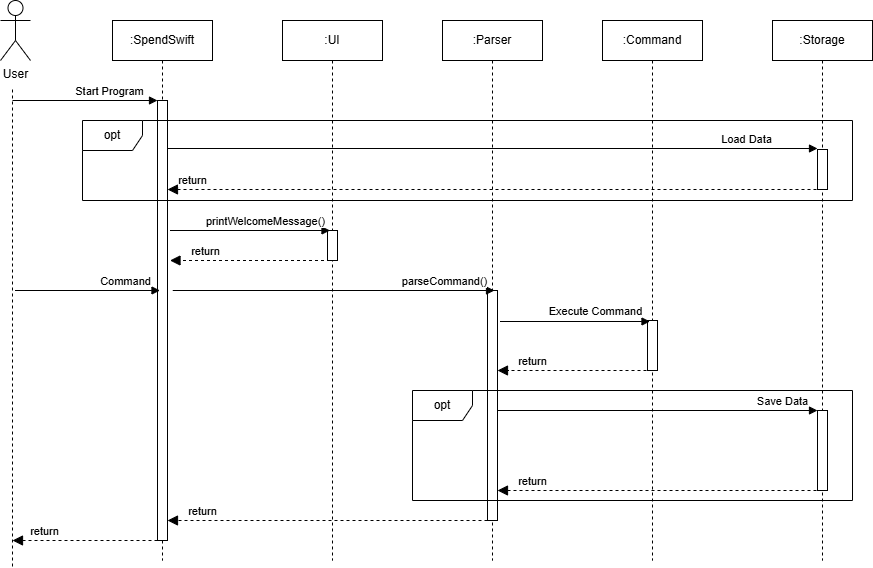
Above: docs/developerguidepictures/Overall Sequence Diagram.drawio.png in nus-cs2113-AY2425S1/tp (draw.io), before the change. Source tidied: cells renumbered, new cells last; positions are measured from the earlier drawing's top-left corner, leaving out a move shared by most shapes.
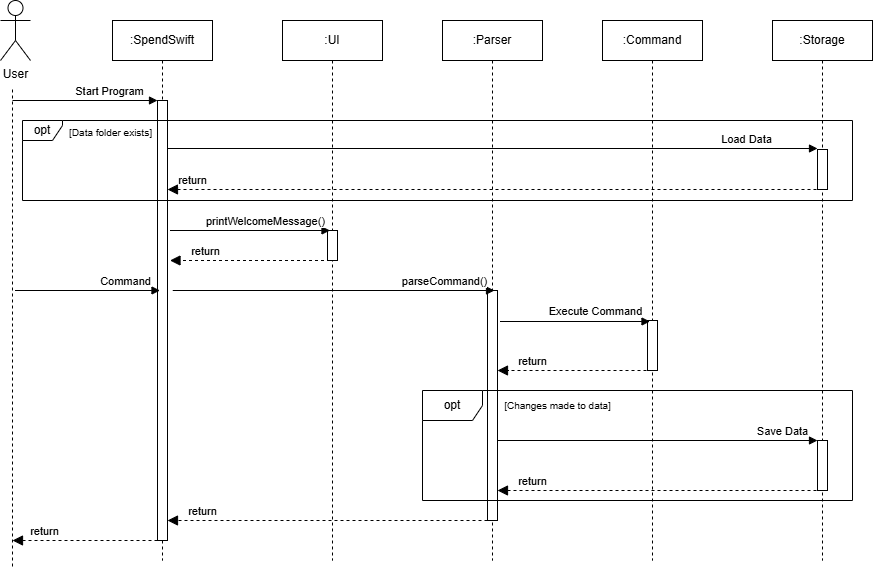
Above is the later version.

Commit message:
Refactor Overall Sequence Diagram

Change to the diagram source:
```diff
@@ -39,7 +39,7 @@
       <mxGeometry x="772" y="20" width="100" height="540" as="geometry" />
     </mxCell>
     <mxCell id="13" style="html=1;points=[[0,0,0,0,5],[0,1,0,0,-5],[1,0,0,0,5],[1,1,0,0,-5]];perimeter=orthogonalPerimeter;outlineConnect=0;targetShapes=umlLifeline;portConstraint=eastwest;newEdgeStyle={&quot;curved&quot;:0,&quot;rounded&quot;:0};" parent="12" vertex="1">
-      <mxGeometry x="45" y="390" width="10" height="80" as="geometry" />
+      <mxGeometry x="45" y="420" width="10" height="50" as="geometry" />
     </mxCell>
     <mxCell id="14" style="html=1;points=[[0,0,0,0,5],[0,1,0,0,-5],[1,0,0,0,5],[1,1,0,0,-5]];perimeter=orthogonalPerimeter;outlineConnect=0;targetShapes=umlLifeline;portConstraint=eastwest;newEdgeStyle={&quot;curved&quot;:0,&quot;rounded&quot;:0};" parent="12" vertex="1">
       <mxGeometry x="45" y="129" width="10" height="40" as="geometry" />
@@ -102,11 +102,11 @@
         <mxPoint x="167" y="189" as="targetPoint" />
       </mxGeometry>
     </mxCell>
-    <mxCell id="26" value="opt" style="shape=umlFrame;whiteSpace=wrap;html=1;" parent="1" vertex="1">
-      <mxGeometry x="82" y="120" width="770" height="80" as="geometry" />
+    <mxCell id="26" value="opt" style="shape=umlFrame;whiteSpace=wrap;html=1;width=40;height=20;" parent="1" vertex="1">
+      <mxGeometry x="22" y="120" width="830" height="80" as="geometry" />
     </mxCell>
     <mxCell id="27" value="opt" style="shape=umlFrame;whiteSpace=wrap;html=1;" parent="1" vertex="1">
-      <mxGeometry x="412" y="390" width="440" height="110" as="geometry" />
+      <mxGeometry x="422" y="390" width="430" height="110" as="geometry" />
     </mxCell>
     <mxCell id="28" value="return" style="html=1;verticalAlign=bottom;endArrow=block;dashed=1;endSize=8;curved=0;rounded=0;endFill=1;" parent="1" edge="1" source="9" target="4">
       <mxGeometry x="0.78" relative="1" as="geometry">
@@ -120,5 +120,11 @@
         <mxPoint x="12" y="540" as="targetPoint" />
       </mxGeometry>
     </mxCell>
+    <mxCell id="30" value="[Data folder exists]" style="text;html=1;align=center;verticalAlign=middle;strokeColor=none;fillColor=none;fontSize=10;" parent="1" vertex="1">
+      <mxGeometry x="55" y="117" width="110" height="30" as="geometry" />
+    </mxCell>
+    <mxCell id="31" value="[Changes made to data]" style="text;html=1;align=center;verticalAlign=middle;strokeColor=none;fillColor=none;fontSize=10;" parent="1" vertex="1">
+      <mxGeometry x="492" y="390" width="130" height="30" as="geometry" />
+    </mxCell>
   </root>
 </mxGraphModel>
```
